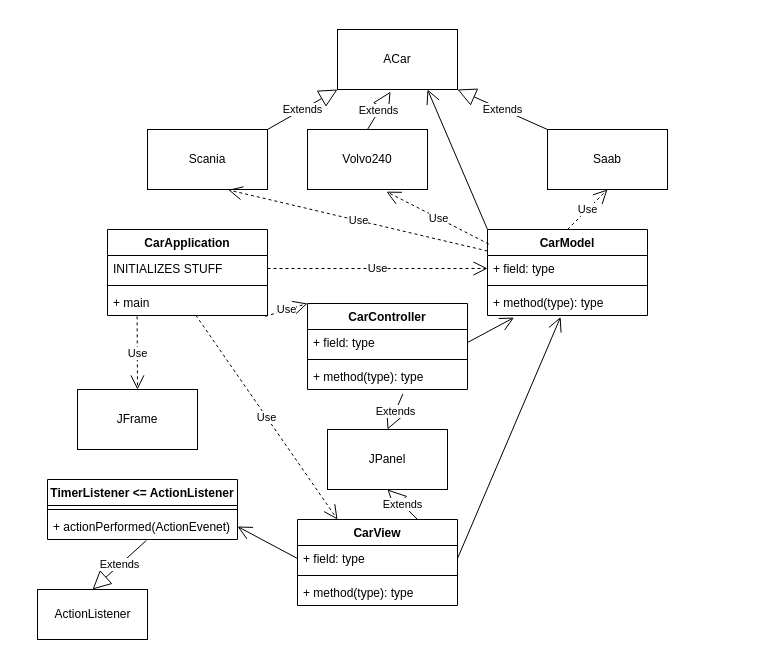
The draw.io diagram NEWDESIGNGODHELPUS.drawio in Eliasers/DIT953-lab1, before the edit. Source tidied: cells renumbered, new cells numbered last; positions are measured from the earlier drawing's top-left corner, leaving out a move shared by most shapes. Both pictures are drawn from the tidied source at 100%, with x=0, y=0 at pixel (37, 29).
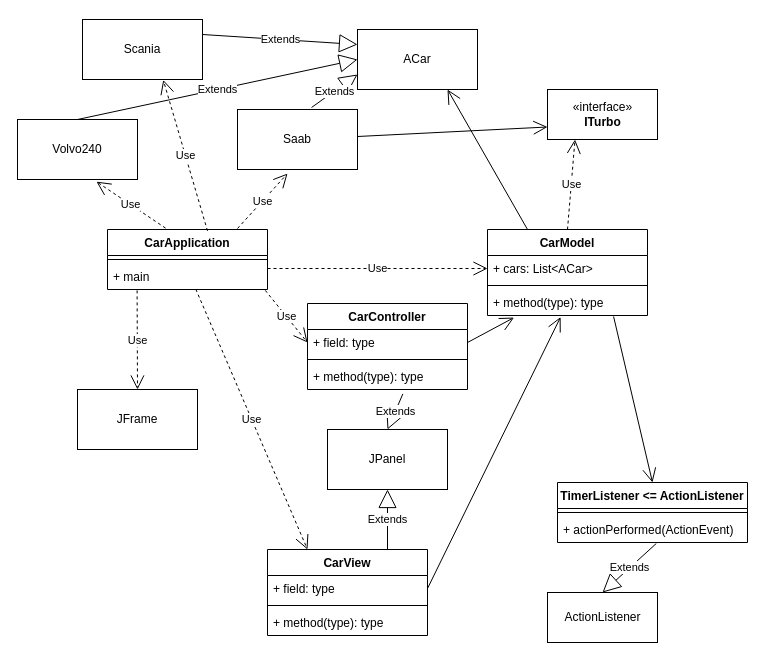
The same diagram, later.

Unchanged cells that the change refers to:
```xml
<mxCell id="6" value="CarModel" style="swimlane;fontStyle=1;align=center;verticalAlign=top;horizontal=1;startSize=26;" parent="1" vertex="1">
  <mxGeometry x="450" y="200" width="160" height="86" as="geometry" />
</mxCell>
<mxCell id="9" value="+ method(type): type" style="text;strokeColor=none;fillColor=none;align=left;verticalAlign=top;spacingLeft=4;spacingRight=4;overflow=hidden;points=[[0,0.5],[1,0.5]];portConstraint=eastwest;" parent="6" vertex="1">
  <mxGeometry y="60" width="160" height="26" as="geometry" />
</mxCell>
<mxCell id="11" value="+ field: type" style="text;strokeColor=none;fillColor=none;align=left;verticalAlign=top;spacingLeft=4;spacingRight=4;overflow=hidden;points=[[0,0.5],[1,0.5]];portConstraint=eastwest;" parent="10" vertex="1">
  <mxGeometry y="26" width="160" height="26" as="geometry" />
</mxCell>
<mxCell id="14" value="CarController" style="swimlane;fontStyle=1;align=center;verticalAlign=top;horizontal=1;startSize=26;" parent="1" vertex="1">
  <mxGeometry x="270" y="274" width="160" height="86" as="geometry" />
</mxCell>
<mxCell id="15" value="+ field: type" style="text;strokeColor=none;fillColor=none;align=left;verticalAlign=top;spacingLeft=4;spacingRight=4;overflow=hidden;points=[[0,0.5],[1,0.5]];portConstraint=eastwest;" parent="14" vertex="1">
  <mxGeometry y="26" width="160" height="26" as="geometry" />
</mxCell>
```

Change to the diagram source:
```diff
@@
     <mxCell id="2" value="CarApplication" style="swimlane;fontStyle=1;align=center;verticalAlign=top;horizontal=1;startSize=26;" parent="1" vertex="1">
-      <mxGeometry x="70" y="200" width="160" height="86" as="geometry" />
+      <mxGeometry x="70" y="200" width="160" height="60" as="geometry" />
     </mxCell>
-    <mxCell id="3" value="INITIALIZES STUFF" style="text;strokeColor=none;fillColor=none;align=left;verticalAlign=top;spacingLeft=4;spacingRight=4;overflow=hidden;points=[[0,0.5],[1,0.5]];portConstraint=eastwest;" parent="2" vertex="1">
-      <mxGeometry y="26" width="160" height="26" as="geometry" />
-    </mxCell>
     <mxCell id="4" style="line;strokeWidth=1;fillColor=none;align=left;verticalAlign=middle;spacingTop=-1;spacingLeft=3;spacingRight=3;labelPosition=right;" parent="2" vertex="1">
-      <mxGeometry y="52" width="160" height="8" as="geometry" />
+      <mxGeometry y="26" width="160" height="8" as="geometry" />
     </mxCell>
     <mxCell id="5" value="+ main" style="text;strokeColor=none;fillColor=none;align=left;verticalAlign=top;spacingLeft=4;spacingRight=4;overflow=hidden;points=[[0,0.5],[1,0.5]];portConstraint=eastwest;" parent="2" vertex="1">
-      <mxGeometry y="60" width="160" height="26" as="geometry" />
+      <mxGeometry y="34" width="160" height="26" as="geometry" />
     </mxCell>
@@
-    <mxCell id="7" value="+ field: type" style="text;strokeColor=none;fillColor=none;align=left;verticalAlign=top;spacingLeft=4;spacingRight=4;overflow=hidden;points=[[0,0.5],[1,0.5]];portConstraint=eastwest;" parent="6" vertex="1">
+    <mxCell id="7" value="+ cars: List&lt;ACar&gt;" style="text;strokeColor=none;fillColor=none;align=left;verticalAlign=top;spacingLeft=4;spacingRight=4;overflow=hidden;points=[[0,0.5],[1,0.5]];portConstraint=eastwest;" parent="6" vertex="1">
       <mxGeometry y="26" width="160" height="26" as="geometry" />
     </mxCell>
@@
     <mxCell id="10" value="CarView" style="swimlane;fontStyle=1;align=center;verticalAlign=top;horizontal=1;startSize=26;" parent="1" vertex="1">
-      <mxGeometry x="260" y="490" width="160" height="86" as="geometry" />
+      <mxGeometry x="230" y="520" width="160" height="86" as="geometry" />
     </mxCell>
@@
-    <mxCell id="18" value="Use" style="endArrow=open;endSize=12;dashed=1;html=1;exitX=1;exitY=0.5;exitDx=0;exitDy=0;entryX=0;entryY=0.5;entryDx=0;entryDy=0;" parent="1" edge="1" source="3" target="7">
-      <mxGeometry relative="1" as="geometry" />
+    <mxCell id="18" value="Use" style="endArrow=open;endSize=12;dashed=1;html=1;exitX=1;exitY=0.5;exitDx=0;exitDy=0;entryX=0;entryY=0.5;entryDx=0;entryDy=0;" parent="1" edge="1" target="7">
+      <mxGeometry relative="1" as="geometry">
+        <mxPoint x="230" y="239" as="sourcePoint" />
+      </mxGeometry>
     </mxCell>
@@
-    <mxCell id="20" value="Use" style="endArrow=open;endSize=12;dashed=1;html=1;exitX=0.986;exitY=1.034;exitDx=0;exitDy=0;exitPerimeter=0;entryX=0;entryY=0;entryDx=0;entryDy=0;" parent="1" edge="1" source="5" target="14">
+    <mxCell id="20" value="Use" style="endArrow=open;endSize=12;dashed=1;html=1;exitX=0.986;exitY=1.034;exitDx=0;exitDy=0;exitPerimeter=0;entryX=0;entryY=0.5;entryDx=0;entryDy=0;" parent="1" edge="1" source="5" target="15">
       <mxGeometry relative="1" as="geometry" />
     </mxCell>
@@
     <mxCell id="22" value="ACar" style="rounded=0;whiteSpace=wrap;html=1;" parent="1" vertex="1">
-      <mxGeometry x="300" width="120" height="60" as="geometry" />
+      <mxGeometry x="320" width="120" height="60" as="geometry" />
     </mxCell>
     <mxCell id="23" value="Scania" style="rounded=0;whiteSpace=wrap;html=1;" parent="1" vertex="1">
-      <mxGeometry x="110" y="100" width="120" height="60" as="geometry" />
+      <mxGeometry x="45" y="-10" width="120" height="60" as="geometry" />
     </mxCell>
     <mxCell id="24" value="Volvo240" style="rounded=0;whiteSpace=wrap;html=1;" parent="1" vertex="1">
-      <mxGeometry x="270" y="100" width="120" height="60" as="geometry" />
+      <mxGeometry x="-20" y="90" width="120" height="60" as="geometry" />
     </mxCell>
+    <mxCell id="45" style="edgeStyle=none;jettySize=auto;html=1;entryX=0;entryY=0.75;entryDx=0;entryDy=0;endArrow=open;endFill=1;endSize=12;" parent="1" edge="1" source="25" target="46">
+      <mxGeometry relative="1" as="geometry" />
+    </mxCell>
     <mxCell id="25" value="Saab" style="rounded=0;whiteSpace=wrap;html=1;" parent="1" vertex="1">
-      <mxGeometry x="510" y="100" width="120" height="60" as="geometry" />
+      <mxGeometry x="200" y="80" width="120" height="60" as="geometry" />
     </mxCell>
-    <mxCell id="26" value="Extends" style="endArrow=block;endSize=16;endFill=0;html=1;exitX=1;exitY=0;exitDx=0;exitDy=0;entryX=0;entryY=1;entryDx=0;entryDy=0;" parent="1" edge="1" source="23" target="22">
+    <mxCell id="26" value="Extends" style="endArrow=block;endSize=16;endFill=0;html=1;exitX=1;exitY=0.25;exitDx=0;exitDy=0;entryX=0;entryY=0.25;entryDx=0;entryDy=0;" parent="1" edge="1" source="23" target="22">
       <mxGeometry relative="1" as="geometry" />
     </mxCell>
-    <mxCell id="27" value="Extends" style="endArrow=block;endSize=16;endFill=0;html=1;exitX=0.5;exitY=0;exitDx=0;exitDy=0;entryX=0.442;entryY=1.036;entryDx=0;entryDy=0;entryPerimeter=0;" parent="1" edge="1" source="24" target="22">
+    <mxCell id="27" value="Extends" style="endArrow=block;endSize=16;endFill=0;html=1;exitX=0.5;exitY=0;exitDx=0;exitDy=0;entryX=0;entryY=0.5;entryDx=0;entryDy=0;" parent="1" edge="1" source="24" target="22">
       <mxGeometry relative="1" as="geometry" />
     </mxCell>
-    <mxCell id="28" value="Extends" style="endArrow=block;endSize=16;endFill=0;html=1;exitX=0;exitY=0;exitDx=0;exitDy=0;entryX=1;entryY=1;entryDx=0;entryDy=0;" parent="1" edge="1" source="25" target="22">
-      <mxGeometry relative="1" as="geometry" />
+    <mxCell id="28" value="Extends" style="endArrow=block;endSize=16;endFill=0;html=1;exitX=0.617;exitY=-0.033;exitDx=0;exitDy=0;entryX=0;entryY=0.75;entryDx=0;entryDy=0;exitPerimeter=0;" parent="1" edge="1" source="25" target="22">
+      <mxGeometry x="-0.01" relative="1" as="geometry" />
     </mxCell>
-    <mxCell id="29" style="endArrow=open;endFill=1;endSize=12;html=1;exitX=0;exitY=0;exitDx=0;exitDy=0;entryX=0.75;entryY=1;entryDx=0;entryDy=0;" parent="1" edge="1" source="6" target="22">
+    <mxCell id="29" style="endArrow=open;endFill=1;endSize=12;html=1;exitX=0.25;exitY=0;exitDx=0;exitDy=0;entryX=0.75;entryY=1;entryDx=0;entryDy=0;" parent="1" edge="1" source="6" target="22">
       <mxGeometry relative="1" as="geometry" />
     </mxCell>
-    <mxCell id="30" value="Use" style="endArrow=open;endSize=12;dashed=1;html=1;exitX=0;exitY=0.25;exitDx=0;exitDy=0;entryX=0.673;entryY=1.007;entryDx=0;entryDy=0;entryPerimeter=0;" parent="1" edge="1" source="6" target="23">
+    <mxCell id="30" value="Use" style="endArrow=open;endSize=12;dashed=1;html=1;exitX=0.625;exitY=0.023;exitDx=0;exitDy=0;entryX=0.673;entryY=1.007;entryDx=0;entryDy=0;entryPerimeter=0;exitPerimeter=0;" parent="1" edge="1" source="2" target="23">
       <mxGeometry relative="1" as="geometry" />
     </mxCell>
-    <mxCell id="31" value="Use" style="endArrow=open;endSize=12;dashed=1;html=1;exitX=0.008;exitY=0.169;exitDx=0;exitDy=0;exitPerimeter=0;entryX=0.658;entryY=1.036;entryDx=0;entryDy=0;entryPerimeter=0;" parent="1" edge="1" source="6" target="24">
+    <mxCell id="31" value="Use" style="endArrow=open;endSize=12;dashed=1;html=1;exitX=0.363;exitY=-0.023;exitDx=0;exitDy=0;exitPerimeter=0;entryX=0.658;entryY=1.036;entryDx=0;entryDy=0;entryPerimeter=0;" parent="1" edge="1" source="2" target="24">
       <mxGeometry relative="1" as="geometry" />
     </mxCell>
-    <mxCell id="32" value="Use" style="endArrow=open;endSize=12;dashed=1;html=1;exitX=0.5;exitY=0;exitDx=0;exitDy=0;entryX=0.5;entryY=1;entryDx=0;entryDy=0;" parent="1" edge="1" source="6" target="25">
-      <mxGeometry relative="1" as="geometry" />
+    <mxCell id="32" value="Use" style="endArrow=open;endSize=12;dashed=1;html=1;entryX=0.417;entryY=1.067;entryDx=0;entryDy=0;entryPerimeter=0;" parent="1" edge="1" target="25">
+      <mxGeometry relative="1" as="geometry">
+        <mxPoint x="200" y="199" as="sourcePoint" />
+      </mxGeometry>
     </mxCell>
@@
     <mxCell id="37" value="TimerListener &lt;= ActionListener" style="swimlane;fontStyle=1;align=center;verticalAlign=top;horizontal=1;startSize=26;" parent="1" vertex="1">
-      <mxGeometry x="10" y="450" width="190" height="60" as="geometry" />
+      <mxGeometry x="520" y="453" width="190" height="60" as="geometry" />
     </mxCell>
@@
-    <mxCell id="39" value="+ actionPerformed(ActionEvenet)" style="text;strokeColor=none;fillColor=none;align=left;verticalAlign=top;spacingLeft=4;spacingRight=4;overflow=hidden;points=[[0,0.5],[1,0.5]];portConstraint=eastwest;" parent="37" vertex="1">
+    <mxCell id="39" value="+ actionPerformed(ActionEvent)" style="text;strokeColor=none;fillColor=none;align=left;verticalAlign=top;spacingLeft=4;spacingRight=4;overflow=hidden;points=[[0,0.5],[1,0.5]];portConstraint=eastwest;" parent="37" vertex="1">
       <mxGeometry y="34" width="190" height="26" as="geometry" />
     </mxCell>
     <mxCell id="40" value="ActionListener" style="html=1;" parent="1" vertex="1">
-      <mxGeometry y="560" width="110" height="50" as="geometry" />
+      <mxGeometry x="510" y="563" width="110" height="50" as="geometry" />
     </mxCell>
@@
-    <mxCell id="42" style="endArrow=open;endFill=1;endSize=12;html=1;exitX=0;exitY=0.5;exitDx=0;exitDy=0;entryX=1;entryY=0.5;entryDx=0;entryDy=0;" parent="1" edge="1" source="11" target="39">
+    <mxCell id="42" style="endArrow=open;endFill=1;endSize=12;html=1;exitX=0.788;exitY=1.038;exitDx=0;exitDy=0;entryX=0.5;entryY=0;entryDx=0;entryDy=0;exitPerimeter=0;" parent="1" edge="1" source="9" target="37">
       <mxGeometry relative="1" as="geometry" />
     </mxCell>
@@
+    <mxCell id="46" value="«interface»&lt;br&gt;&lt;b&gt;ITurbo&lt;/b&gt;" style="html=1;" parent="1" vertex="1">
+      <mxGeometry x="510" y="60" width="110" height="50" as="geometry" />
+    </mxCell>
+    <mxCell id="47" value="Use" style="endArrow=open;endSize=12;dashed=1;html=1;entryX=0.25;entryY=1;entryDx=0;entryDy=0;exitX=0.5;exitY=0;exitDx=0;exitDy=0;" parent="1" edge="1" source="6" target="46">
+      <mxGeometry relative="1" as="geometry" />
+    </mxCell>
```
